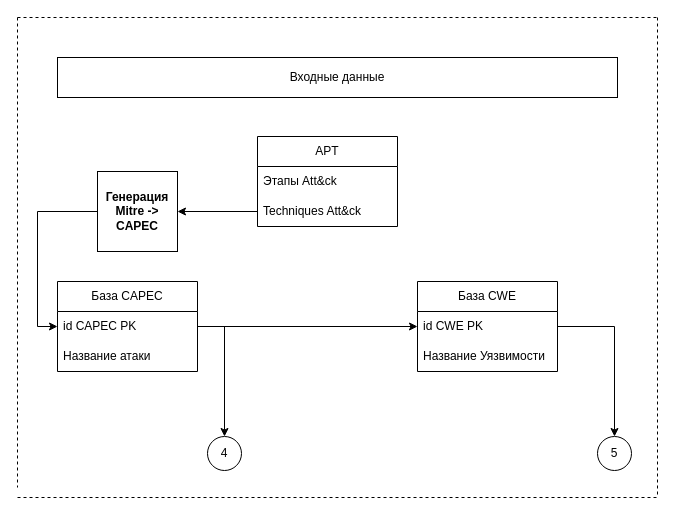
The draw.io diagram Входные данные.drawio in SmirnovBogdan8/Diplom, before the edit. Source tidied: cells renumbered, new cells numbered last; positions are measured from the earlier drawing's top-left corner, leaving out a move shared by most shapes. Both pictures are drawn from the tidied source at 100%, with x=0, y=0 at pixel (17, 17).
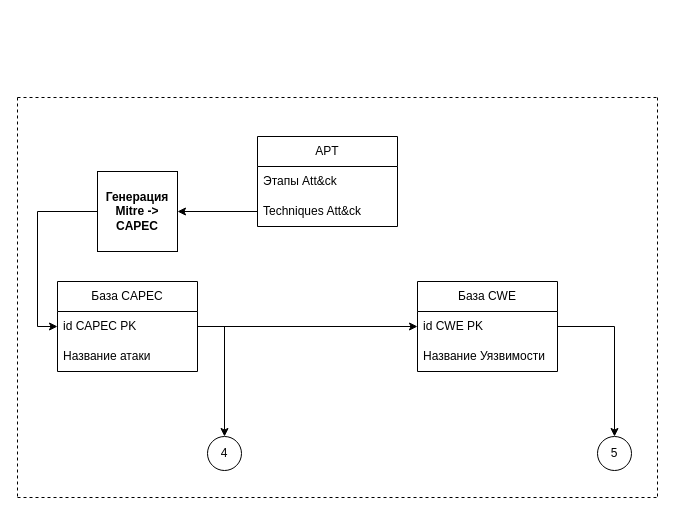
After the change.

Change to the diagram source:
```diff
@@
-    <mxCell id="2" value="Входные данные" style="rounded=0;whiteSpace=wrap;html=1;" parent="1" vertex="1">
-      <mxGeometry x="40" y="40" width="560" height="40" as="geometry" />
-    </mxCell>
     <mxCell id="3" style="endArrow=none;dashed=1;html=1;rounded=0;" parent="1" edge="1">
       <mxGeometry relative="1" as="geometry">
-        <mxPoint as="sourcePoint" />
-        <mxPoint x="640" as="targetPoint" />
+        <mxPoint y="80" as="sourcePoint" />
+        <mxPoint x="640" y="80" as="targetPoint" />
       </mxGeometry>
     </mxCell>
     <mxCell id="4" style="endArrow=none;dashed=1;html=1;rounded=0;" parent="1" edge="1">
       <mxGeometry relative="1" as="geometry">
-        <mxPoint as="sourcePoint" />
-        <mxPoint y="470" as="targetPoint" />
+        <mxPoint y="80" as="sourcePoint" />
+        <mxPoint y="480" as="targetPoint" />
       </mxGeometry>
     </mxCell>
-    <mxCell id="5" style="endArrow=none;dashed=1;html=1;rounded=0;" parent="1" edge="1">
-      <mxGeometry relative="1" as="geometry">
-        <mxPoint x="640" as="sourcePoint" />
-        <mxPoint x="640" y="480" as="targetPoint" />
-      </mxGeometry>
-    </mxCell>
@@
+    <mxCell id="24" style="endArrow=none;dashed=1;html=1;rounded=0;" parent="1" edge="1">
+      <mxGeometry relative="1" as="geometry">
+        <mxPoint x="640" y="80" as="sourcePoint" />
+        <mxPoint x="640" y="480" as="targetPoint" />
+      </mxGeometry>
+    </mxCell>
```
